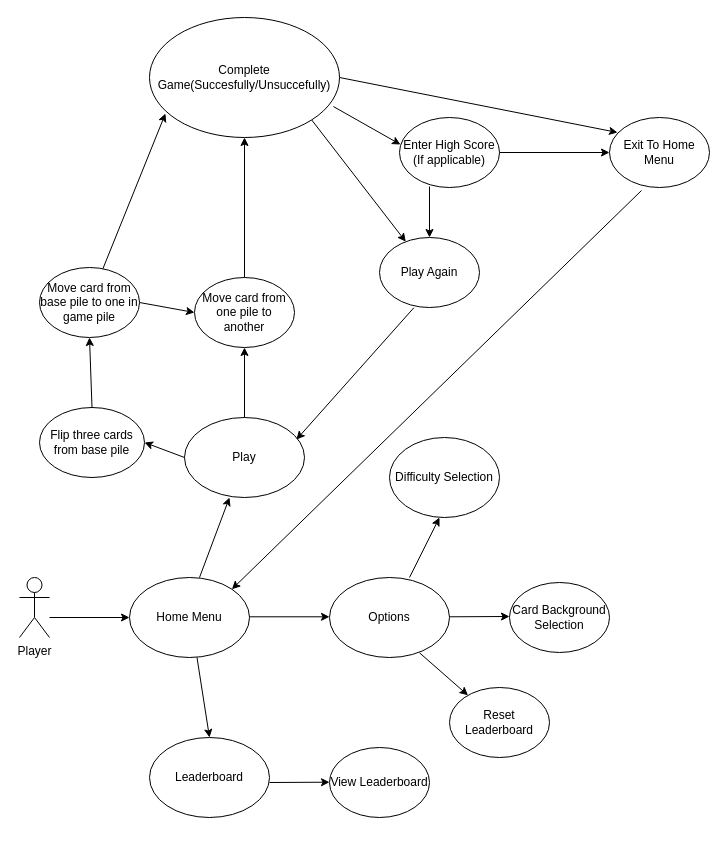
The draw.io diagram Devils Grip.drawio in steveb1250/Devils_Grip_Proposal, before the edit. Source tidied: cells renumbered, new cells numbered last; positions are measured from the earlier drawing's top-left corner, leaving out a move shared by most shapes. Both pictures are drawn from the tidied source at 100%, with x=0, y=0 at pixel (19, 17).
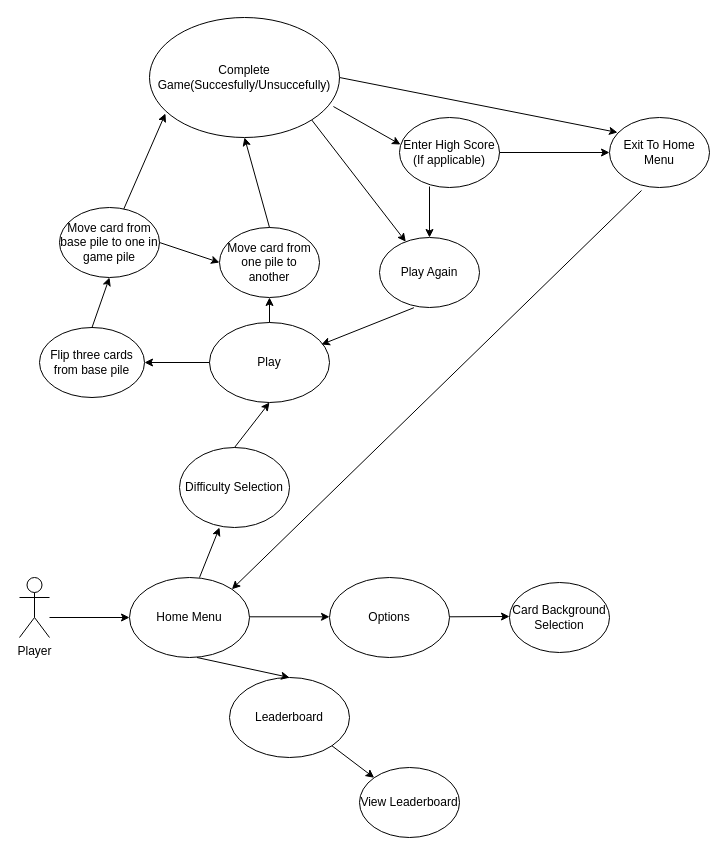
Above is the later version.

Change to the diagram source:
```diff
@@
     <mxCell id="5" style="endArrow=classic;html=1;" parent="1" edge="1">
       <mxGeometry relative="1" as="geometry">
         <mxPoint x="180" y="560" as="sourcePoint" />
-        <mxPoint x="210" y="480" as="targetPoint" />
+        <mxPoint x="200" y="510" as="targetPoint" />
       </mxGeometry>
     </mxCell>
     <mxCell id="6" value="Play" style="ellipse;whiteSpace=wrap;html=1;" parent="1" vertex="1">
-      <mxGeometry x="165" y="400" width="120" height="80" as="geometry" />
+      <mxGeometry x="190" y="305" width="120" height="80" as="geometry" />
     </mxCell>
@@
     <mxCell id="8" value="Flip three cards from base pile" style="ellipse;whiteSpace=wrap;html=1;" parent="1" vertex="1">
-      <mxGeometry x="20" y="390" width="105" height="70" as="geometry" />
+      <mxGeometry x="20" y="310" width="105" height="70" as="geometry" />
     </mxCell>
@@
     <mxCell id="10" value="Move card from one pile to another" style="ellipse;whiteSpace=wrap;html=1;" parent="1" vertex="1">
-      <mxGeometry x="175" y="260" width="100" height="70" as="geometry" />
+      <mxGeometry x="200" y="210" width="100" height="70" as="geometry" />
     </mxCell>
     <mxCell id="11" value="Move card from base pile to one in game pile" style="ellipse;whiteSpace=wrap;html=1;" parent="1" vertex="1">
-      <mxGeometry x="20" y="250" width="100" height="70" as="geometry" />
+      <mxGeometry x="40" y="190" width="100" height="70" as="geometry" />
     </mxCell>
@@
     <mxCell id="14" value="Leaderboard" style="ellipse;whiteSpace=wrap;html=1;" parent="1" vertex="1">
-      <mxGeometry x="130" y="720" width="120" height="80" as="geometry" />
+      <mxGeometry x="210" y="660" width="120" height="80" as="geometry" />
     </mxCell>
@@
-    <mxCell id="16" style="endArrow=classic;html=1;" parent="1" edge="1">
+    <mxCell id="16" style="endArrow=classic;html=1;entryX=0.5;entryY=0;entryDx=0;entryDy=0;" parent="1" edge="1" target="14">
       <mxGeometry relative="1" as="geometry">
         <mxPoint x="177.5" y="640" as="sourcePoint" />
-        <mxPoint x="190" y="720" as="targetPoint" />
       </mxGeometry>
     </mxCell>
     <mxCell id="17" value="Difficulty Selection" style="ellipse;whiteSpace=wrap;html=1;" parent="1" vertex="1">
-      <mxGeometry x="370" y="420" width="110" height="80" as="geometry" />
+      <mxGeometry x="160" y="430" width="110" height="80" as="geometry" />
     </mxCell>
@@
-    <mxCell id="19" style="endArrow=classic;html=1;" parent="1" edge="1">
-      <mxGeometry relative="1" as="geometry">
-        <mxPoint x="390" y="560" as="sourcePoint" />
-        <mxPoint x="420" y="500" as="targetPoint" />
-      </mxGeometry>
-    </mxCell>
@@
     <mxCell id="21" value="View Leaderboard" style="ellipse;whiteSpace=wrap;html=1;" parent="1" vertex="1">
-      <mxGeometry x="310" y="730" width="100" height="70" as="geometry" />
+      <mxGeometry x="340" y="750" width="100" height="70" as="geometry" />
     </mxCell>
-    <mxCell id="22" style="endArrow=classic;html=1;" parent="1" edge="1">
-      <mxGeometry relative="1" as="geometry">
-        <mxPoint x="250" y="765" as="sourcePoint" />
-        <mxPoint x="310" y="764.7" as="targetPoint" />
-      </mxGeometry>
+    <mxCell id="22" style="endArrow=classic;html=1;entryX=0;entryY=0;entryDx=0;entryDy=0;exitX=1;exitY=1;exitDx=0;exitDy=0;" parent="1" edge="1" source="14" target="21">
+      <mxGeometry relative="1" as="geometry" />
     </mxCell>
-    <mxCell id="23" value="Reset Leaderboard" style="ellipse;whiteSpace=wrap;html=1;" parent="1" vertex="1">
-      <mxGeometry x="430" y="670" width="100" height="70" as="geometry" />
-    </mxCell>
-    <mxCell id="24" style="endArrow=classic;html=1;" parent="1" edge="1" target="23">
-      <mxGeometry relative="1" as="geometry">
-        <mxPoint x="400" y="635.3" as="sourcePoint" />
-      </mxGeometry>
-    </mxCell>
@@
+    <mxCell id="39" style="endArrow=classic;html=1;entryX=0.5;entryY=1;entryDx=0;entryDy=0;exitX=0.5;exitY=0;exitDx=0;exitDy=0;" parent="1" edge="1" source="17" target="6">
+      <mxGeometry relative="1" as="geometry" />
+    </mxCell>
```
